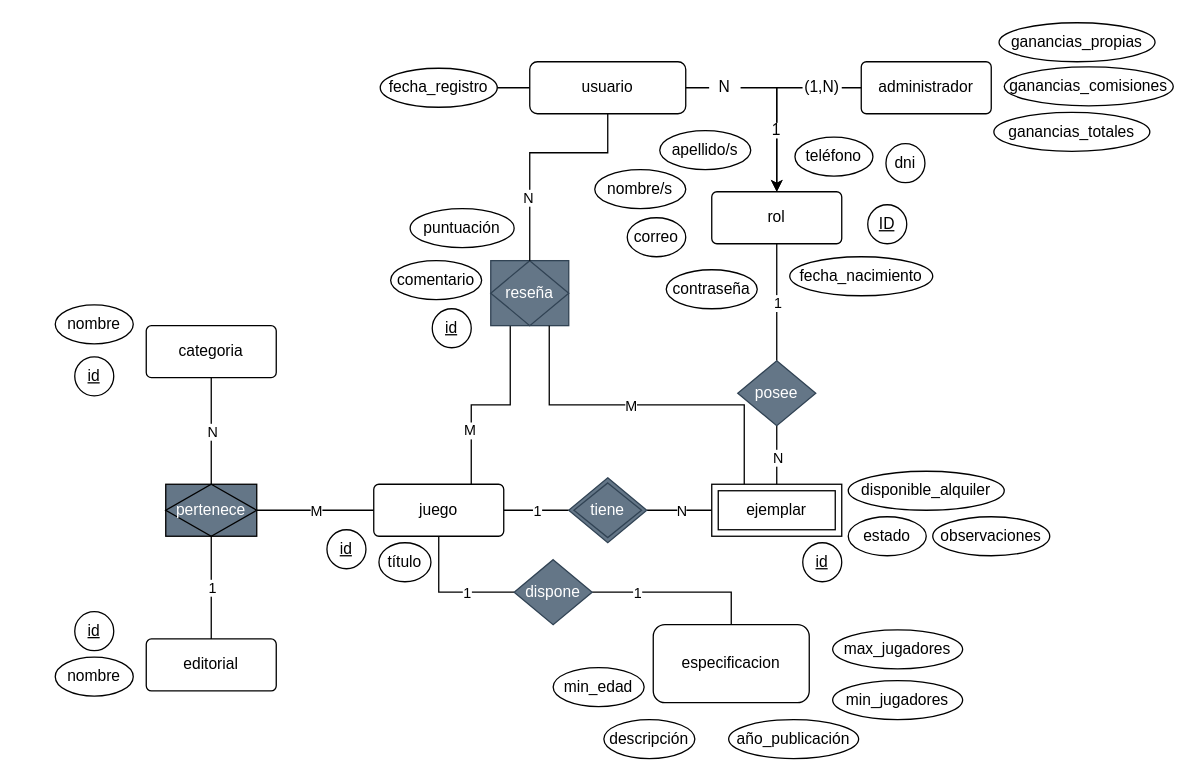
Above: DER-jerarquia.drawio in SancLucas/Vuelta-al-Tablero (draw.io), before the change. Source tidied: cells renumbered, new cells numbered last; positions are measured from the earlier drawing's top-left corner, leaving out a move shared by most shapes. Both pictures are drawn from the tidied source at 130%, with x=0, y=0 at pixel (55, 22).
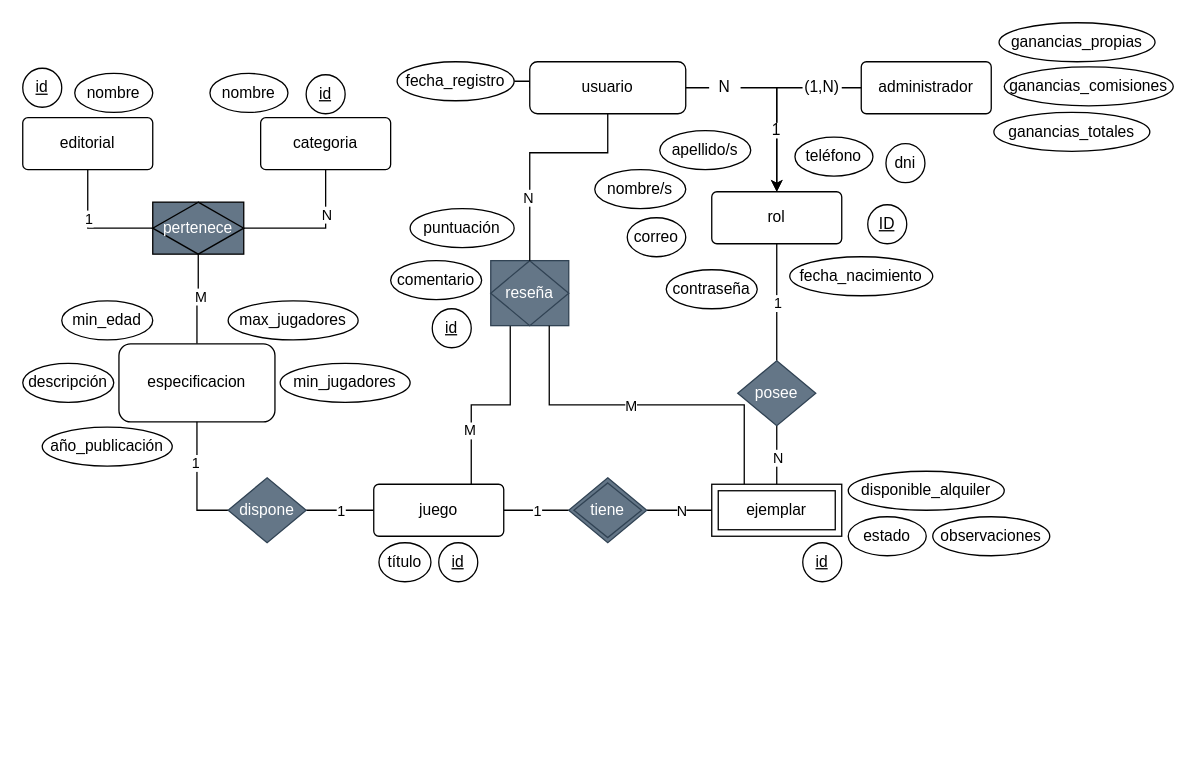
The same page after the edit.

Commit message:
Propuesta con jerarquias modificada relacion de especificacion

Unchanged cells that the change refers to:
```xml
<mxCell id="5" value="juego" style="rounded=1;arcSize=10;whiteSpace=wrap;html=1;align=center;" parent="1" vertex="1">
  <mxGeometry x="245" y="355" width="100" height="40" as="geometry" />
</mxCell>
```

The edit, as a diff of the source:
```diff
@@
-    <mxCell id="4" style="edgeStyle=orthogonalEdgeStyle;rounded=0;jettySize=auto;html=1;exitX=0.5;exitY=1;exitDx=0;exitDy=0;entryX=0;entryY=0.5;entryDx=0;entryDy=0;endArrow=none;endFill=0;" parent="1" edge="1" source="5" target="74">
+    <mxCell id="4" style="edgeStyle=orthogonalEdgeStyle;rounded=0;jettySize=auto;html=1;exitX=0;exitY=0.5;exitDx=0;exitDy=0;entryX=0;entryY=0.5;entryDx=0;entryDy=0;endArrow=none;endFill=0;" parent="1" edge="1" source="5" target="74">
       <mxGeometry relative="1" as="geometry" />
     </mxCell>
@@
     <mxCell id="7" value="editorial" style="rounded=1;arcSize=10;whiteSpace=wrap;html=1;align=center;" parent="1" vertex="1">
-      <mxGeometry x="70" y="474" width="100" height="40" as="geometry" />
+      <mxGeometry x="-25" y="73" width="100" height="40" as="geometry" />
     </mxCell>
-    <mxCell id="8" style="edgeStyle=orthogonalEdgeStyle;rounded=0;jettySize=auto;html=1;exitX=0.5;exitY=1;exitDx=0;exitDy=0;entryX=0.5;entryY=0;entryDx=0;entryDy=0;endArrow=none;endFill=0;" parent="1" edge="1" source="10" target="21">
+    <mxCell id="8" style="edgeStyle=orthogonalEdgeStyle;rounded=0;jettySize=auto;html=1;exitX=0.5;exitY=1;exitDx=0;exitDy=0;entryX=1;entryY=0.5;entryDx=0;entryDy=0;endArrow=none;endFill=0;" parent="1" edge="1" source="10" target="21">
       <mxGeometry relative="1" as="geometry" />
     </mxCell>
     <mxCell id="9" value="N" style="edgeLabel;html=1;align=center;verticalAlign=middle;" parent="8" vertex="1">
       <mxGeometry x="-0.14" y="-1" relative="1" as="geometry">
-        <mxPoint x="1" y="6" as="offset" />
+        <mxPoint x="1" y="-10" as="offset" />
       </mxGeometry>
     </mxCell>
     <mxCell id="10" value="categoria" style="rounded=1;arcSize=10;whiteSpace=wrap;html=1;align=center;" parent="1" vertex="1">
-      <mxGeometry x="70" y="233" width="100" height="40" as="geometry" />
+      <mxGeometry x="158" y="73" width="100" height="40" as="geometry" />
     </mxCell>
@@
-    <mxCell id="17" style="edgeStyle=orthogonalEdgeStyle;rounded=0;jettySize=auto;html=1;exitX=1;exitY=0.5;exitDx=0;exitDy=0;entryX=0;entryY=0.5;entryDx=0;entryDy=0;endArrow=none;endFill=0;" parent="1" edge="1" source="21" target="5">
+    <mxCell id="17" style="edgeStyle=orthogonalEdgeStyle;rounded=0;jettySize=auto;html=1;exitX=0.5;exitY=1;exitDx=0;exitDy=0;entryX=0.5;entryY=0;entryDx=0;entryDy=0;endArrow=none;endFill=0;" parent="1" edge="1" source="21" target="72">
       <mxGeometry relative="1" as="geometry" />
     </mxCell>
@@
-    <mxCell id="19" style="edgeStyle=orthogonalEdgeStyle;rounded=0;jettySize=auto;html=1;exitX=0.5;exitY=1;exitDx=0;exitDy=0;entryX=0.5;entryY=0;entryDx=0;entryDy=0;endArrow=none;endFill=0;" parent="1" edge="1" source="21" target="7">
+    <mxCell id="19" style="edgeStyle=orthogonalEdgeStyle;rounded=0;jettySize=auto;html=1;exitX=0;exitY=0.5;exitDx=0;exitDy=0;entryX=0.5;entryY=1;entryDx=0;entryDy=0;endArrow=none;endFill=0;" parent="1" edge="1" source="21" target="7">
       <mxGeometry relative="1" as="geometry" />
     </mxCell>
@@
     <mxCell id="21" value="pertenece" style="shape=associativeEntity;whiteSpace=wrap;html=1;align=center;fillColor=#647687;fontColor=light-dark(#FFFFFF,#000000);strokeColor=light-dark(#000000,#000000);" parent="1" vertex="1">
-      <mxGeometry x="85" y="355" width="70" height="40" as="geometry" />
+      <mxGeometry x="75" y="138" width="70" height="40" as="geometry" />
     </mxCell>
     <mxCell id="22" value="id" style="ellipse;whiteSpace=wrap;html=1;align=center;fontStyle=4;" parent="1" vertex="1">
-      <mxGeometry x="209" y="390" width="30" height="30" as="geometry" />
+      <mxGeometry x="295" y="400" width="30" height="30" as="geometry" />
     </mxCell>
@@
     <mxCell id="24" value="nombre" style="ellipse;whiteSpace=wrap;html=1;align=center;" parent="1" vertex="1">
-      <mxGeometry y="217" width="60" height="30" as="geometry" />
+      <mxGeometry x="15" y="39" width="60" height="30" as="geometry" />
     </mxCell>
     <mxCell id="25" value="nombre" style="ellipse;whiteSpace=wrap;html=1;align=center;" parent="1" vertex="1">
-      <mxGeometry y="488" width="60" height="30" as="geometry" />
+      <mxGeometry x="119" y="39" width="60" height="30" as="geometry" />
     </mxCell>
     <mxCell id="26" value="id" style="ellipse;whiteSpace=wrap;html=1;align=center;fontStyle=4;" parent="1" vertex="1">
-      <mxGeometry x="15" y="453" width="30" height="30" as="geometry" />
+      <mxGeometry x="193" y="40" width="30" height="30" as="geometry" />
     </mxCell>
     <mxCell id="27" value="id" style="ellipse;whiteSpace=wrap;html=1;align=center;fontStyle=4;" parent="1" vertex="1">
-      <mxGeometry x="15" y="257" width="30" height="30" as="geometry" />
+      <mxGeometry x="-25" y="35" width="30" height="30" as="geometry" />
     </mxCell>
@@
     <mxCell id="39" value="fecha_registro" style="ellipse;whiteSpace=wrap;html=1;align=center;" parent="1" vertex="1">
-      <mxGeometry x="250" y="35" width="90" height="30" as="geometry" />
+      <mxGeometry x="263" y="30" width="90" height="30" as="geometry" />
     </mxCell>
@@
     <mxCell id="43" value="descripción" style="ellipse;whiteSpace=wrap;html=1;align=center;" parent="1" vertex="1">
-      <mxGeometry x="422" y="536" width="70" height="30" as="geometry" />
+      <mxGeometry x="-25" y="262" width="70" height="30" as="geometry" />
     </mxCell>
     <mxCell id="44" value="año_publicación" style="ellipse;whiteSpace=wrap;html=1;align=center;" parent="1" vertex="1">
-      <mxGeometry x="518" y="536" width="100" height="30" as="geometry" />
+      <mxGeometry x="-10" y="311" width="100" height="30" as="geometry" />
     </mxCell>
     <mxCell id="45" value="min_jugadores" style="ellipse;whiteSpace=wrap;html=1;align=center;" parent="1" vertex="1">
-      <mxGeometry x="598" y="506" width="100" height="30" as="geometry" />
+      <mxGeometry x="173" y="262" width="100" height="30" as="geometry" />
     </mxCell>
     <mxCell id="46" value="max_jugadores" style="ellipse;whiteSpace=wrap;html=1;align=center;" parent="1" vertex="1">
-      <mxGeometry x="598" y="467" width="100" height="30" as="geometry" />
+      <mxGeometry x="133" y="214" width="100" height="30" as="geometry" />
     </mxCell>
     <mxCell id="47" value="min_edad" style="ellipse;whiteSpace=wrap;html=1;align=center;" parent="1" vertex="1">
-      <mxGeometry x="383" y="496" width="70" height="30" as="geometry" />
+      <mxGeometry x="5" y="214" width="70" height="30" as="geometry" />
     </mxCell>
@@
     <mxCell id="72" value="especificacion" style="rounded=1;whiteSpace=wrap;html=1;" parent="1" vertex="1">
-      <mxGeometry x="460" y="463" width="120" height="60" as="geometry" />
+      <mxGeometry x="49" y="247" width="120" height="60" as="geometry" />
     </mxCell>
-    <mxCell id="73" style="edgeStyle=orthogonalEdgeStyle;rounded=0;jettySize=auto;html=1;exitX=1;exitY=0.5;exitDx=0;exitDy=0;entryX=0.5;entryY=0;entryDx=0;entryDy=0;endArrow=none;endFill=0;" parent="1" edge="1" source="74" target="72">
+    <mxCell id="73" style="edgeStyle=orthogonalEdgeStyle;rounded=0;jettySize=auto;html=1;exitX=1;exitY=0.5;exitDx=0;exitDy=0;entryX=0.5;entryY=1;entryDx=0;entryDy=0;endArrow=none;endFill=0;" parent="1" edge="1" source="74" target="72">
       <mxGeometry relative="1" as="geometry" />
     </mxCell>
-    <mxCell id="74" value="&lt;font&gt;dispone&lt;/font&gt;" style="shape=rhombus;perimeter=rhombusPerimeter;whiteSpace=wrap;html=1;align=center;fillColor=#647687;fontColor=light-dark(#FFFFFF,#000000);strokeColor=light-dark(#314354,#000000);" parent="1" vertex="1">
-      <mxGeometry x="353" y="413" width="60" height="50" as="geometry" />
+    <mxCell id="74" value="&lt;font&gt;dispone&lt;/font&gt;" style="shape=rhombus;perimeter=rhombusPerimeter;whiteSpace=wrap;html=1;align=center;fillColor=#647687;fontColor=light-dark(#FFFFFF,#000000);strokeColor=light-dark(#314354,#000000);direction=west;" parent="1" vertex="1">
+      <mxGeometry x="133" y="350" width="60" height="50" as="geometry" />
     </mxCell>
     <mxCell id="75" value="1" style="edgeLabel;html=1;align=center;verticalAlign=middle;" parent="1" vertex="1">
-      <mxGeometry x="382" y="435" as="geometry">
+      <mxGeometry x="285" y="372" as="geometry">
         <mxPoint x="-66" y="3" as="offset" />
       </mxGeometry>
     </mxCell>
     <mxCell id="76" value="1" style="edgeLabel;html=1;align=center;verticalAlign=middle;" parent="1" vertex="1">
-      <mxGeometry x="513" y="435" as="geometry">
+      <mxGeometry x="173" y="335" as="geometry">
         <mxPoint x="-66" y="3" as="offset" />
       </mxGeometry>
     </mxCell>
```
